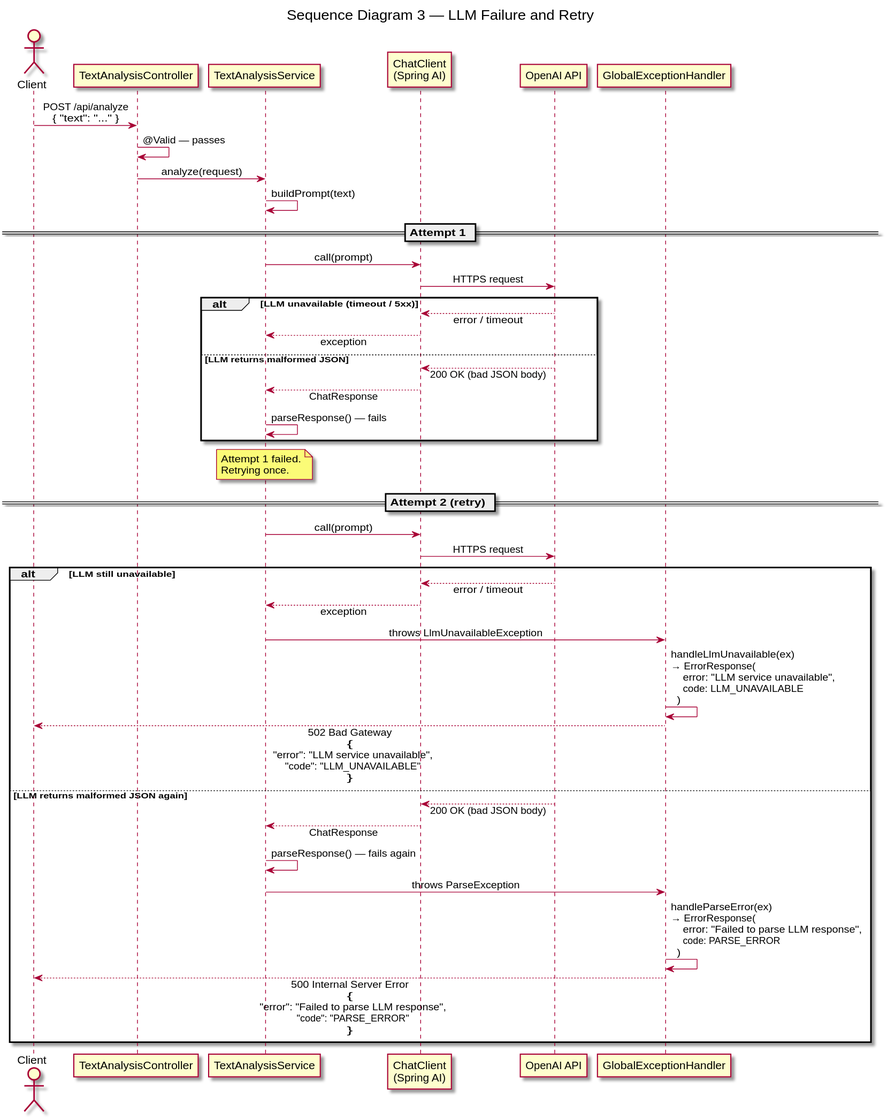
Earlier version of the PlantUML export diagrams/docs/sequence-llm-failure.svg (Buffden/ai-text-intelligence-dashboard).
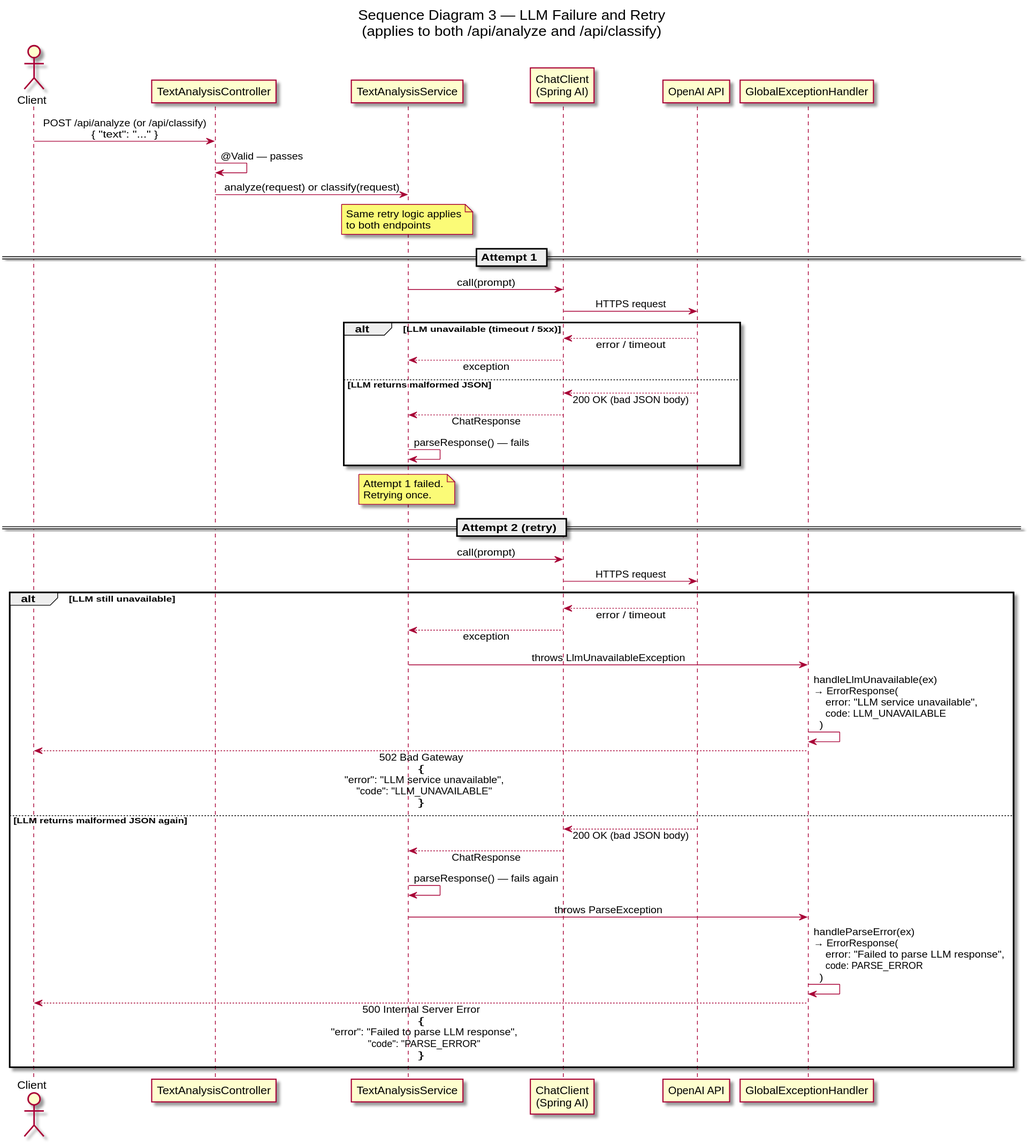
After the commit.

Change to the diagram source:
```diff
@@ -1,6 +1,6 @@
 @startuml sequence-llm-failure
 
-title Sequence Diagram 3 — LLM Failure and Retry
+title Sequence Diagram 3 — LLM Failure and Retry\n(applies to both /api/analyze and /api/classify)
 
 skinparam sequenceMessageAlign center
 skinparam responseMessageBelowArrow true
@@ -12,13 +12,13 @@
 participant "OpenAI API"             as OpenAI
 participant "GlobalExceptionHandler" as Handler
 
-Client -> Controller : POST /api/analyze\n{ "text": "..." }
+Client -> Controller : POST /api/analyze (or /api/classify)\n{ "text": "..." }
 
 Controller -> Controller : @Valid — passes
 
-Controller -> Service : analyze(request)
+Controller -> Service : analyze(request) or classify(request)
 
-Service -> Service : buildPrompt(text)
+note over Service : Same retry logic applies\nto both endpoints
 
 == Attempt 1 ==
 
```
